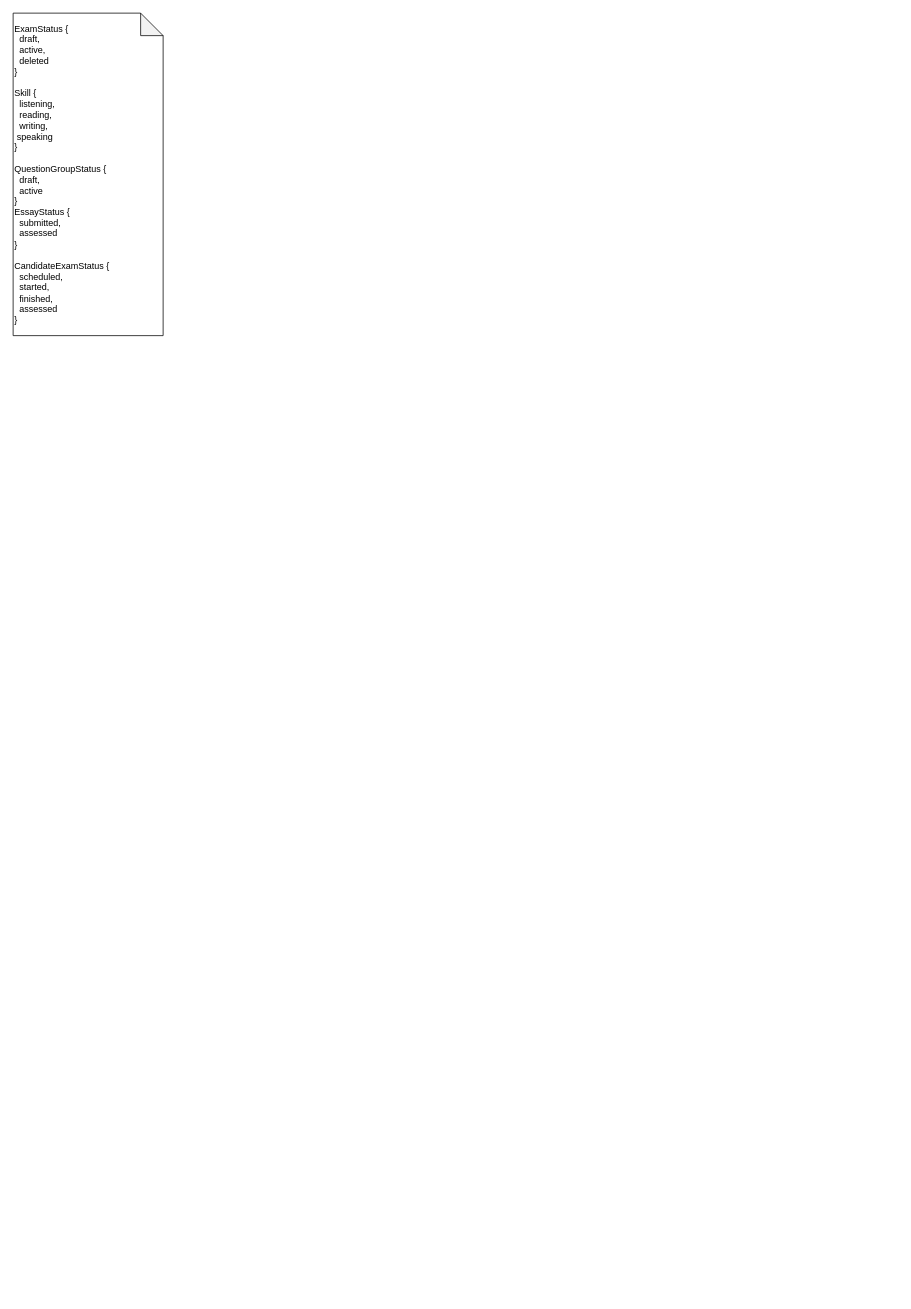
sytranvn/VRUN keeps this draw.io diagram as page "Status" (3 of 3) of docs/class-diagram.drawio. Above is the earlier version. Source tidied: cells renumbered, new cells numbered last; positions are measured from the earlier drawing's top-left corner, leaving out a move shared by most shapes. Both pictures are drawn from the tidied source at 75%, with x=0, y=0 at pixel (13, 13).
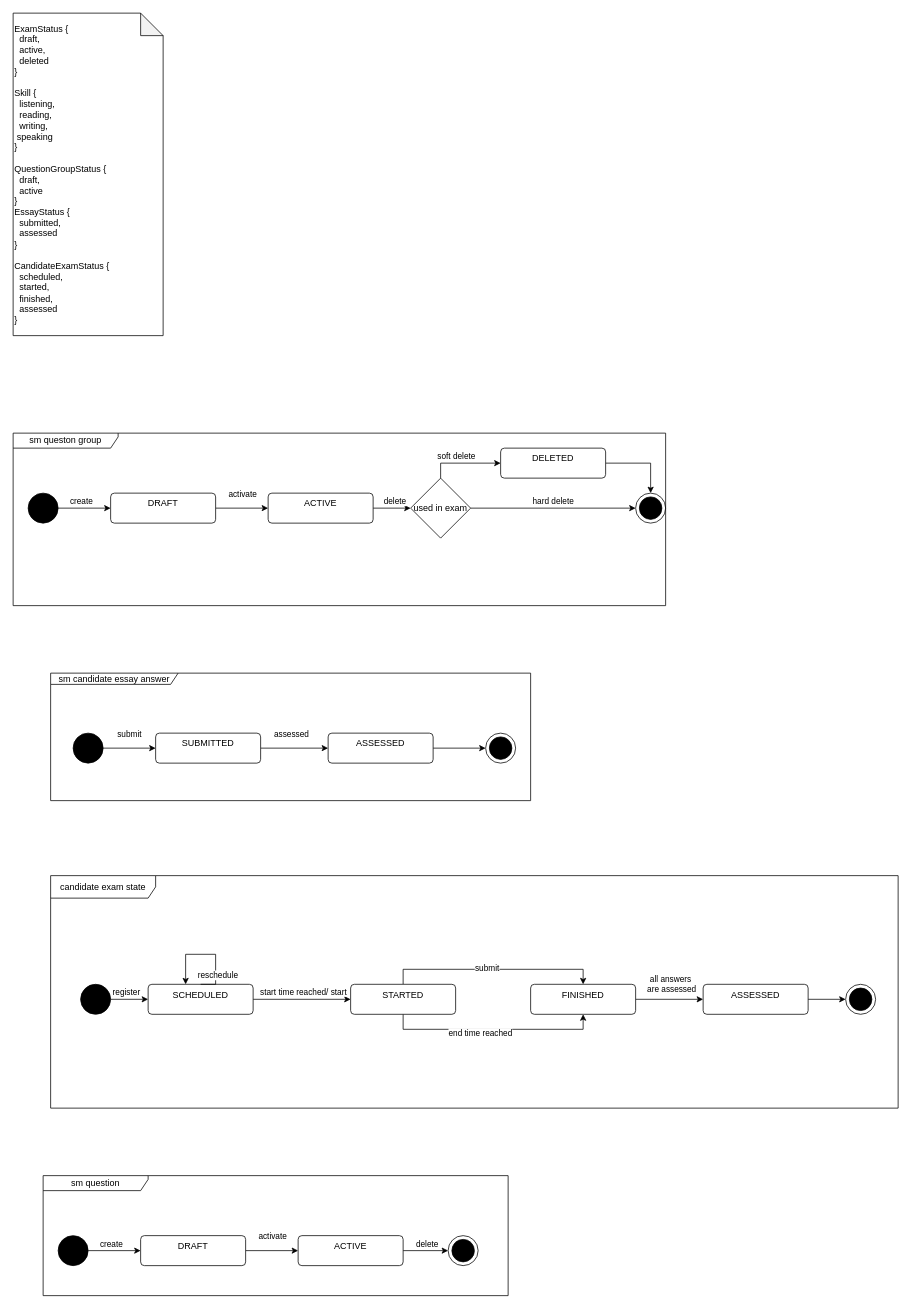
After the change.

Diff of the diagram source:
```diff
@@
+    <mxCell id="3" style="edgeStyle=orthogonalEdgeStyle;rounded=0;jettySize=auto;html=1;" parent="1" edge="1" source="5" target="9">
+      <mxGeometry relative="1" as="geometry" />
+    </mxCell>
+    <mxCell id="4" value="create" style="edgeLabel;html=1;align=center;verticalAlign=middle;" parent="3" vertex="1">
+      <mxGeometry x="-0.32" y="-1" relative="1" as="geometry">
+        <mxPoint x="6" y="-11" as="offset" />
+      </mxGeometry>
+    </mxCell>
+    <mxCell id="5" style="shape=ellipse;html=1;fillColor=strokeColor;fontSize=18;fontColor=#ffffff;" parent="1" vertex="1">
+      <mxGeometry x="20" y="640" width="40" height="40" as="geometry" />
+    </mxCell>
+    <mxCell id="6" style="shape=mxgraph.sysml.actFinal;html=1;verticalLabelPosition=bottom;labelBackgroundColor=#ffffff;verticalAlign=top;" parent="1" vertex="1">
+      <mxGeometry x="830" y="640" width="40" height="40" as="geometry" />
+    </mxCell>
+    <mxCell id="7" style="edgeStyle=orthogonalEdgeStyle;rounded=0;jettySize=auto;html=1;" parent="1" edge="1" source="9" target="12">
+      <mxGeometry relative="1" as="geometry" />
+    </mxCell>
+    <mxCell id="8" value="activate" style="edgeLabel;html=1;align=center;verticalAlign=middle;" parent="7" vertex="1">
+      <mxGeometry x="-0.05" y="1" relative="1" as="geometry">
+        <mxPoint x="2" y="-19" as="offset" />
+      </mxGeometry>
+    </mxCell>
+    <mxCell id="9" value="DRAFT" style="html=1;align=center;verticalAlign=top;rounded=1;absoluteArcSize=1;arcSize=10;dashed=0;whiteSpace=wrap;" parent="1" vertex="1">
+      <mxGeometry x="130" y="640" width="140" height="40" as="geometry" />
+    </mxCell>
+    <mxCell id="10" style="edgeStyle=orthogonalEdgeStyle;rounded=0;jettySize=auto;html=1;" parent="1" edge="1" source="12" target="50">
+      <mxGeometry relative="1" as="geometry" />
+    </mxCell>
+    <mxCell id="11" value="delete" style="edgeLabel;html=1;align=center;verticalAlign=middle;" parent="10" vertex="1">
+      <mxGeometry x="-0.38" y="1" relative="1" as="geometry">
+        <mxPoint x="12" y="-9" as="offset" />
+      </mxGeometry>
+    </mxCell>
+    <mxCell id="12" value="ACTIVE" style="html=1;align=center;verticalAlign=top;rounded=1;absoluteArcSize=1;arcSize=10;dashed=0;whiteSpace=wrap;" parent="1" vertex="1">
+      <mxGeometry x="340" y="640" width="140" height="40" as="geometry" />
+    </mxCell>
+    <mxCell id="13" style="edgeStyle=orthogonalEdgeStyle;rounded=0;jettySize=auto;html=1;" parent="1" edge="1" source="14" target="6">
+      <mxGeometry relative="1" as="geometry" />
+    </mxCell>
+    <mxCell id="14" value="DELETED" style="html=1;align=center;verticalAlign=top;rounded=1;absoluteArcSize=1;arcSize=10;dashed=0;whiteSpace=wrap;" parent="1" vertex="1">
+      <mxGeometry x="650" y="580" width="140" height="40" as="geometry" />
+    </mxCell>
+    <mxCell id="15" style="edgeStyle=orthogonalEdgeStyle;rounded=0;jettySize=auto;html=1;" parent="1" edge="1" source="17" target="20">
+      <mxGeometry relative="1" as="geometry" />
+    </mxCell>
+    <mxCell id="16" value="submit" style="edgeLabel;html=1;align=center;verticalAlign=middle;" parent="15" vertex="1">
+      <mxGeometry x="-0.02" y="1" relative="1" as="geometry">
+        <mxPoint y="-19" as="offset" />
+      </mxGeometry>
+    </mxCell>
+    <mxCell id="17" style="shape=ellipse;html=1;fillColor=strokeColor;fontSize=18;fontColor=#ffffff;" parent="1" vertex="1">
+      <mxGeometry x="80" y="960" width="40" height="40" as="geometry" />
+    </mxCell>
+    <mxCell id="18" style="edgeStyle=orthogonalEdgeStyle;rounded=0;jettySize=auto;html=1;" parent="1" edge="1" source="20" target="22">
+      <mxGeometry relative="1" as="geometry" />
+    </mxCell>
+    <mxCell id="19" value="assessed" style="edgeLabel;html=1;align=center;verticalAlign=middle;" parent="18" vertex="1">
+      <mxGeometry x="-0.28" y="5" relative="1" as="geometry">
+        <mxPoint x="8" y="-15" as="offset" />
+      </mxGeometry>
+    </mxCell>
+    <mxCell id="20" value="SUBMITTED" style="html=1;align=center;verticalAlign=top;rounded=1;absoluteArcSize=1;arcSize=10;dashed=0;whiteSpace=wrap;" parent="1" vertex="1">
+      <mxGeometry x="190" y="960" width="140" height="40" as="geometry" />
+    </mxCell>
+    <mxCell id="21" style="edgeStyle=orthogonalEdgeStyle;rounded=0;jettySize=auto;html=1;" parent="1" edge="1" source="22" target="23">
+      <mxGeometry relative="1" as="geometry" />
+    </mxCell>
+    <mxCell id="22" value="ASSESSED" style="html=1;align=center;verticalAlign=top;rounded=1;absoluteArcSize=1;arcSize=10;dashed=0;whiteSpace=wrap;" parent="1" vertex="1">
+      <mxGeometry x="420" y="960" width="140" height="40" as="geometry" />
+    </mxCell>
+    <mxCell id="23" style="shape=mxgraph.sysml.actFinal;html=1;verticalLabelPosition=bottom;labelBackgroundColor=#ffffff;verticalAlign=top;" parent="1" vertex="1">
+      <mxGeometry x="630" y="960" width="40" height="40" as="geometry" />
+    </mxCell>
+    <mxCell id="24" style="edgeStyle=orthogonalEdgeStyle;rounded=0;jettySize=auto;html=1;" parent="1" edge="1" source="26" target="29">
+      <mxGeometry relative="1" as="geometry" />
+    </mxCell>
+    <mxCell id="25" value="register" style="edgeLabel;html=1;align=center;verticalAlign=middle;" parent="24" vertex="1">
+      <mxGeometry x="-0.2" y="2" relative="1" as="geometry">
+        <mxPoint y="-8" as="offset" />
+      </mxGeometry>
+    </mxCell>
+    <mxCell id="26" style="shape=ellipse;html=1;fillColor=strokeColor;fontSize=18;fontColor=#ffffff;" parent="1" vertex="1">
+      <mxGeometry x="90" y="1294.9" width="40" height="40" as="geometry" />
+    </mxCell>
+    <mxCell id="27" style="edgeStyle=orthogonalEdgeStyle;rounded=0;jettySize=auto;html=1;" parent="1" edge="1" source="29" target="34">
+      <mxGeometry relative="1" as="geometry" />
+    </mxCell>
+    <mxCell id="28" value="start time reached/ start" style="edgeLabel;html=1;align=center;verticalAlign=middle;" parent="27" vertex="1">
+      <mxGeometry x="-0.16" y="-1" relative="1" as="geometry">
+        <mxPoint x="11" y="-11" as="offset" />
+      </mxGeometry>
+    </mxCell>
+    <mxCell id="29" value="SCHEDULED" style="html=1;align=center;verticalAlign=top;rounded=1;absoluteArcSize=1;arcSize=10;dashed=0;whiteSpace=wrap;" parent="1" vertex="1">
+      <mxGeometry x="180" y="1294.9" width="140" height="40" as="geometry" />
+    </mxCell>
+    <mxCell id="30" style="edgeStyle=orthogonalEdgeStyle;rounded=0;jettySize=auto;html=1;" parent="1" edge="1" source="34" target="37">
+      <mxGeometry relative="1" as="geometry">
+        <Array as="points">
+          <mxPoint x="520" y="1274.9" />
+          <mxPoint x="760" y="1274.9" />
+        </Array>
+      </mxGeometry>
+    </mxCell>
+    <mxCell id="31" value="submit" style="edgeLabel;html=1;align=center;verticalAlign=middle;" parent="30" vertex="1">
+      <mxGeometry x="-0.07" y="-1" relative="1" as="geometry">
+        <mxPoint x="1" y="-3" as="offset" />
+      </mxGeometry>
+    </mxCell>
+    <mxCell id="32" style="edgeStyle=orthogonalEdgeStyle;rounded=0;jettySize=auto;html=1;exitX=0.5;exitY=1;exitDx=0;exitDy=0;entryX=0.5;entryY=1;entryDx=0;entryDy=0;" parent="1" edge="1" source="34" target="37">
+      <mxGeometry relative="1" as="geometry" />
+    </mxCell>
+    <mxCell id="33" value="end time reached" style="edgeLabel;html=1;align=center;verticalAlign=middle;" parent="32" vertex="1">
+      <mxGeometry x="-0.13" y="-1" relative="1" as="geometry">
+        <mxPoint y="4" as="offset" />
+      </mxGeometry>
+    </mxCell>
+    <mxCell id="34" value="STARTED" style="html=1;align=center;verticalAlign=top;rounded=1;absoluteArcSize=1;arcSize=10;dashed=0;whiteSpace=wrap;" parent="1" vertex="1">
+      <mxGeometry x="450" y="1294.9" width="140" height="40" as="geometry" />
+    </mxCell>
+    <mxCell id="35" style="edgeStyle=orthogonalEdgeStyle;rounded=0;jettySize=auto;html=1;" parent="1" edge="1" source="37" target="39">
+      <mxGeometry relative="1" as="geometry" />
+    </mxCell>
+    <mxCell id="36" value="all answers&amp;nbsp;&lt;div&gt;are assessed&lt;/div&gt;" style="edgeLabel;html=1;align=center;verticalAlign=middle;" parent="35" vertex="1">
+      <mxGeometry x="-0.29" y="-2" relative="1" as="geometry">
+        <mxPoint x="15" y="-22" as="offset" />
+      </mxGeometry>
+    </mxCell>
+    <mxCell id="37" value="FINISHED" style="html=1;align=center;verticalAlign=top;rounded=1;absoluteArcSize=1;arcSize=10;dashed=0;whiteSpace=wrap;" parent="1" vertex="1">
+      <mxGeometry x="690" y="1294.9" width="140" height="40" as="geometry" />
+    </mxCell>
+    <mxCell id="38" style="edgeStyle=orthogonalEdgeStyle;rounded=0;jettySize=auto;html=1;" parent="1" edge="1" source="39" target="40">
+      <mxGeometry relative="1" as="geometry" />
+    </mxCell>
+    <mxCell id="39" value="ASSESSED" style="html=1;align=center;verticalAlign=top;rounded=1;absoluteArcSize=1;arcSize=10;dashed=0;whiteSpace=wrap;" parent="1" vertex="1">
+      <mxGeometry x="920" y="1294.9" width="140" height="40" as="geometry" />
+    </mxCell>
+    <mxCell id="40" style="shape=mxgraph.sysml.actFinal;html=1;verticalLabelPosition=bottom;labelBackgroundColor=#ffffff;verticalAlign=top;" parent="1" vertex="1">
+      <mxGeometry x="1110" y="1294.9" width="40" height="40" as="geometry" />
+    </mxCell>
+    <mxCell id="41" style="edgeStyle=orthogonalEdgeStyle;rounded=0;orthogonalLoop=1;jettySize=auto;html=1;exitX=0.5;exitY=0;exitDx=0;exitDy=0;" parent="1" edge="1" source="29" target="29">
+      <mxGeometry relative="1" as="geometry">
+        <Array as="points">
+          <mxPoint x="270" y="1294.9" />
+          <mxPoint x="270" y="1254.9" />
+          <mxPoint x="230" y="1254.9" />
+        </Array>
+      </mxGeometry>
+    </mxCell>
+    <mxCell id="42" value="reschedule" style="edgeLabel;html=1;align=center;verticalAlign=middle;" parent="41" vertex="1">
+      <mxGeometry x="-0.54" y="-2" relative="1" as="geometry" />
+    </mxCell>
+    <mxCell id="43" value="candidate exam state" style="shape=umlFrame;whiteSpace=wrap;html=1;width=140;height=30;" parent="1" vertex="1">
+      <mxGeometry x="50" y="1150" width="1130" height="310" as="geometry" />
+    </mxCell>
+    <mxCell id="44" value="sm candidate essay answer" style="shape=umlFrame;whiteSpace=wrap;html=1;width=170;height=15;" parent="1" vertex="1">
+      <mxGeometry x="50" y="880" width="640" height="170" as="geometry" />
+    </mxCell>
+    <mxCell id="45" value="sm queston group" style="shape=umlFrame;whiteSpace=wrap;html=1;width=140;height=20;" parent="1" vertex="1">
+      <mxGeometry y="560" width="870" height="230" as="geometry" />
+    </mxCell>
+    <mxCell id="46" style="edgeStyle=orthogonalEdgeStyle;rounded=0;jettySize=auto;html=1;exitX=0.5;exitY=0;exitDx=0;exitDy=0;" parent="1" edge="1" source="50" target="14">
+      <mxGeometry relative="1" as="geometry" />
+    </mxCell>
+    <mxCell id="47" value="soft delete" style="edgeLabel;html=1;align=center;verticalAlign=middle;" parent="46" vertex="1">
+      <mxGeometry x="-0.47" y="2" relative="1" as="geometry">
+        <mxPoint x="13" y="-8" as="offset" />
+      </mxGeometry>
+    </mxCell>
+    <mxCell id="48" style="edgeStyle=orthogonalEdgeStyle;rounded=0;jettySize=auto;html=1;exitX=1;exitY=0.5;exitDx=0;exitDy=0;" parent="1" edge="1" source="50" target="6">
+      <mxGeometry relative="1" as="geometry" />
+    </mxCell>
+    <mxCell id="49" value="hard delete" style="edgeLabel;html=1;align=center;verticalAlign=middle;" parent="48" vertex="1">
+      <mxGeometry x="-0.06" y="2" relative="1" as="geometry">
+        <mxPoint x="6" y="-8" as="offset" />
+      </mxGeometry>
+    </mxCell>
+    <mxCell id="50" value="used in exam" style="rhombus;whiteSpace=wrap;html=1;" parent="1" vertex="1">
+      <mxGeometry x="530" y="620" width="80" height="80" as="geometry" />
+    </mxCell>
+    <mxCell id="51" style="edgeStyle=orthogonalEdgeStyle;rounded=0;jettySize=auto;html=1;" parent="1" edge="1" source="53" target="57">
+      <mxGeometry relative="1" as="geometry" />
+    </mxCell>
+    <mxCell id="52" value="create" style="edgeLabel;html=1;align=center;verticalAlign=middle;" parent="51" vertex="1">
+      <mxGeometry x="-0.32" y="-1" relative="1" as="geometry">
+        <mxPoint x="6" y="-11" as="offset" />
+      </mxGeometry>
+    </mxCell>
+    <mxCell id="53" style="shape=ellipse;html=1;fillColor=strokeColor;fontSize=18;fontColor=#ffffff;" parent="1" vertex="1">
+      <mxGeometry x="60" y="1630" width="40" height="40" as="geometry" />
+    </mxCell>
+    <mxCell id="54" style="shape=mxgraph.sysml.actFinal;html=1;verticalLabelPosition=bottom;labelBackgroundColor=#ffffff;verticalAlign=top;" parent="1" vertex="1">
+      <mxGeometry x="580" y="1630" width="40" height="40" as="geometry" />
+    </mxCell>
+    <mxCell id="55" style="edgeStyle=orthogonalEdgeStyle;rounded=0;jettySize=auto;html=1;" parent="1" edge="1" source="57" target="60">
+      <mxGeometry relative="1" as="geometry" />
+    </mxCell>
+    <mxCell id="56" value="activate" style="edgeLabel;html=1;align=center;verticalAlign=middle;" parent="55" vertex="1">
+      <mxGeometry x="-0.05" y="1" relative="1" as="geometry">
+        <mxPoint x="2" y="-19" as="offset" />
+      </mxGeometry>
+    </mxCell>
+    <mxCell id="57" value="DRAFT" style="html=1;align=center;verticalAlign=top;rounded=1;absoluteArcSize=1;arcSize=10;dashed=0;whiteSpace=wrap;" parent="1" vertex="1">
+      <mxGeometry x="170" y="1630" width="140" height="40" as="geometry" />
+    </mxCell>
+    <mxCell id="58" style="edgeStyle=orthogonalEdgeStyle;rounded=0;jettySize=auto;html=1;" parent="1" edge="1" source="60" target="54">
+      <mxGeometry relative="1" as="geometry" />
+    </mxCell>
+    <mxCell id="59" value="delete" style="edgeLabel;html=1;align=center;verticalAlign=middle;" parent="58" vertex="1">
+      <mxGeometry x="-0.38" y="1" relative="1" as="geometry">
+        <mxPoint x="12" y="-9" as="offset" />
+      </mxGeometry>
+    </mxCell>
+    <mxCell id="60" value="ACTIVE" style="html=1;align=center;verticalAlign=top;rounded=1;absoluteArcSize=1;arcSize=10;dashed=0;whiteSpace=wrap;" parent="1" vertex="1">
+      <mxGeometry x="380" y="1630" width="140" height="40" as="geometry" />
+    </mxCell>
+    <mxCell id="61" value="sm question" style="shape=umlFrame;whiteSpace=wrap;html=1;width=140;height=20;" parent="1" vertex="1">
+      <mxGeometry x="40" y="1550" width="620" height="160" as="geometry" />
+    </mxCell>
```
